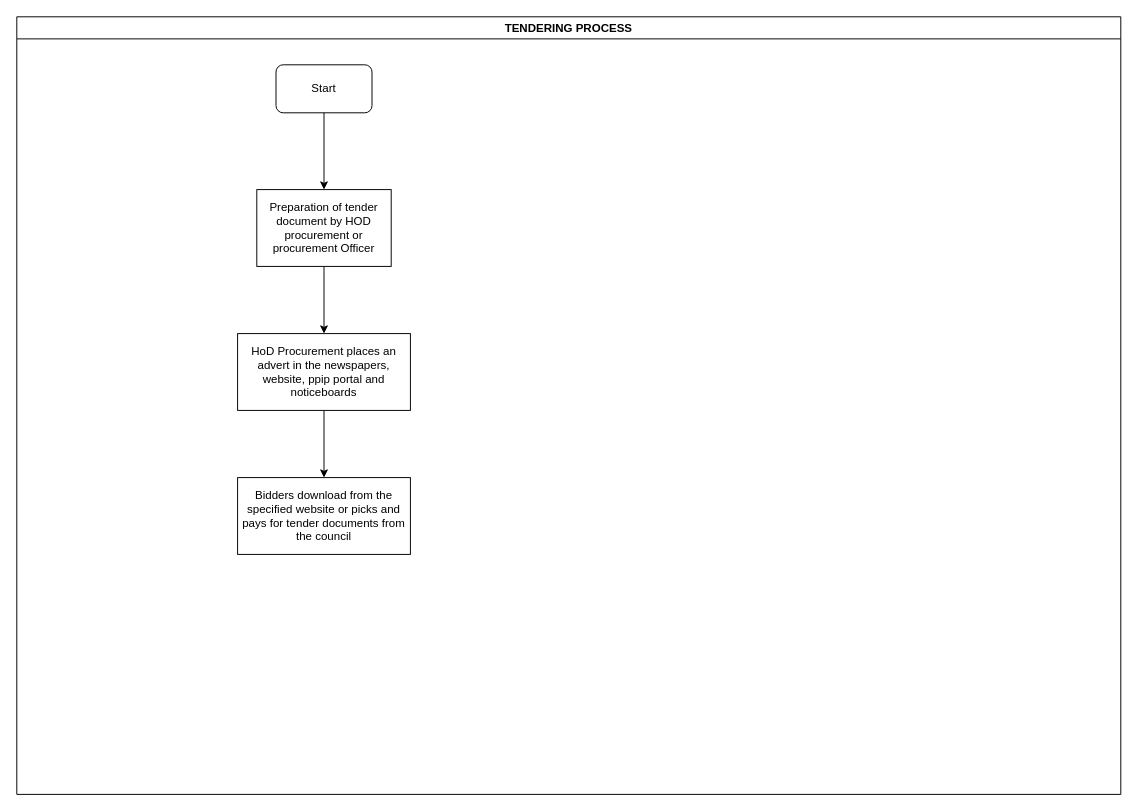
Above: LC-PROC-TENDERING PROCESS.drawio in kmagua/flowcharts (draw.io), before the change. Source tidied: cells renumbered, new cells numbered last; positions are measured from the earlier drawing's top-left corner, leaving out a move shared by most shapes. Both pictures are drawn from the tidied source at 96%, with x=0, y=0 at pixel (16, 16).
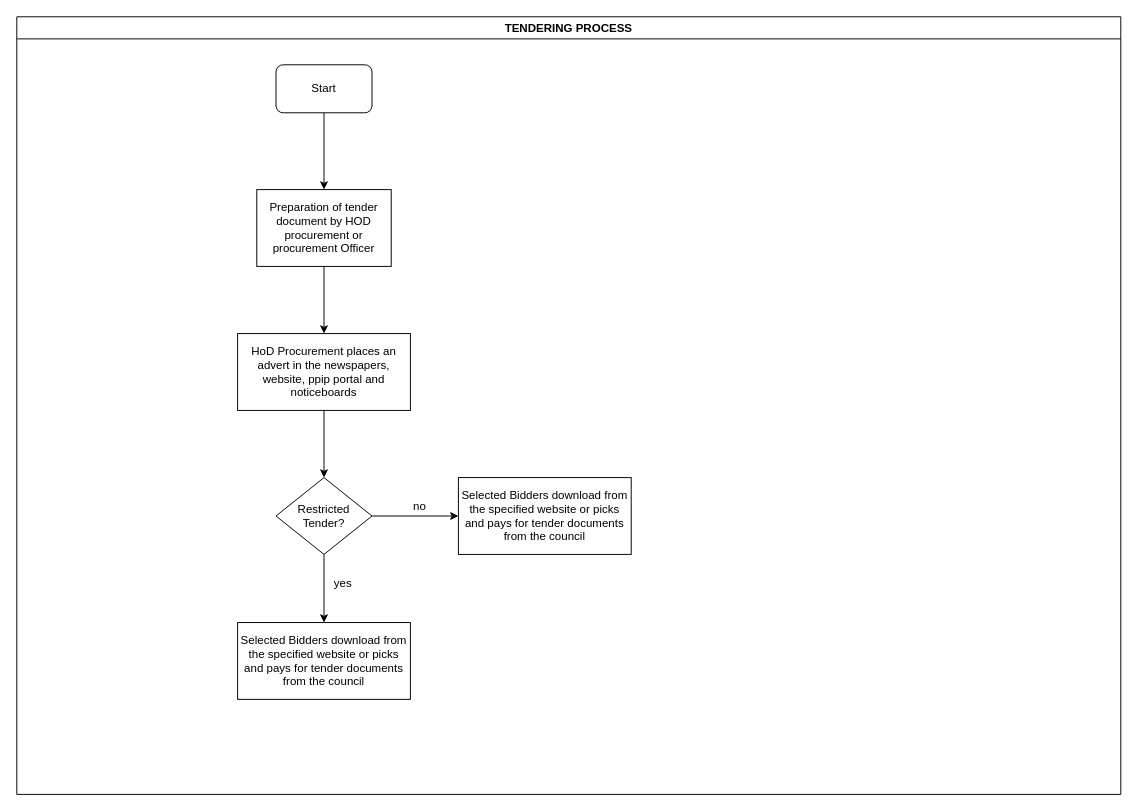
Above is the later version.

The edit, as a diff of the source:
```diff
@@
 <mxGraphModel>
   <root>
     <mxCell id="0" />
     <mxCell id="1" parent="0" />
     <mxCell id="2" value="TENDERING PROCESS" style="swimlane;" parent="1" vertex="1">
       <mxGeometry width="1150" height="810" as="geometry" />
     </mxCell>
     <mxCell id="3" value="Start" style="rounded=1;whiteSpace=wrap;html=1;" parent="2" vertex="1">
       <mxGeometry x="270" y="50" width="100" height="50" as="geometry" />
     </mxCell>
     <mxCell id="4" value="Preparation of tender document by HOD procurement or procurement Officer" style="rounded=0;whiteSpace=wrap;html=1;" parent="2" vertex="1">
       <mxGeometry x="250" y="180" width="140" height="80" as="geometry" />
     </mxCell>
     <mxCell id="5" style="edgeStyle=orthogonalEdgeStyle;rounded=0;jettySize=auto;html=1;entryX=0.5;entryY=0;entryDx=0;entryDy=0;" parent="2" edge="1" source="3" target="4">
       <mxGeometry relative="1" as="geometry" />
     </mxCell>
+    <mxCell id="10" value="Restricted Tender?" style="rhombus;whiteSpace=wrap;html=1;" parent="2" vertex="1">
+      <mxGeometry x="270" y="480" width="100" height="80" as="geometry" />
+    </mxCell>
+    <mxCell id="11" value="Selected Bidders download from the specified website or picks and pays for tender documents from the council" style="whiteSpace=wrap;html=1;rounded=0;" parent="2" vertex="1">
+      <mxGeometry x="230" y="631" width="180" height="80" as="geometry" />
+    </mxCell>
+    <mxCell id="12" style="edgeStyle=orthogonalEdgeStyle;rounded=0;jettySize=auto;html=1;entryX=0.5;entryY=0;entryDx=0;entryDy=0;" parent="2" edge="1" source="10" target="11">
+      <mxGeometry relative="1" as="geometry" />
+    </mxCell>
+    <mxCell id="13" value="yes" style="text;html=1;strokeColor=none;fillColor=none;align=center;verticalAlign=middle;whiteSpace=wrap;rounded=0;" parent="2" vertex="1">
+      <mxGeometry x="320" y="580" width="40" height="20" as="geometry" />
+    </mxCell>
+    <mxCell id="14" value="Selected Bidders download from the specified website or picks and pays for tender documents from the council" style="whiteSpace=wrap;html=1;rounded=0;" parent="2" vertex="1">
+      <mxGeometry x="460" y="480" width="180" height="80" as="geometry" />
+    </mxCell>
+    <mxCell id="15" style="edgeStyle=orthogonalEdgeStyle;rounded=0;jettySize=auto;html=1;entryX=0;entryY=0.5;entryDx=0;entryDy=0;" parent="2" edge="1" source="10" target="14">
+      <mxGeometry relative="1" as="geometry" />
+    </mxCell>
-    <mxCell id="6" style="edgeStyle=orthogonalEdgeStyle;rounded=0;jettySize=auto;html=1;" parent="1" edge="1" source="7" target="9">
+    <mxCell id="6" style="edgeStyle=orthogonalEdgeStyle;rounded=0;jettySize=auto;html=1;" parent="1" edge="1" source="7" target="10">
       <mxGeometry relative="1" as="geometry" />
     </mxCell>
     <mxCell id="7" value="HoD Procurement places an advert in the newspapers, website, ppip portal and noticeboards" style="whiteSpace=wrap;html=1;rounded=0;" parent="1" vertex="1">
       <mxGeometry x="230" y="330" width="180" height="80" as="geometry" />
     </mxCell>
     <mxCell id="8" style="edgeStyle=orthogonalEdgeStyle;rounded=0;jettySize=auto;html=1;" parent="1" edge="1" source="4" target="7">
       <mxGeometry relative="1" as="geometry" />
     </mxCell>
-    <mxCell id="9" value="Bidders download from the specified website or picks and pays for tender documents from the council" style="whiteSpace=wrap;html=1;rounded=0;" parent="1" vertex="1">
-      <mxGeometry x="230" y="480" width="180" height="80" as="geometry" />
-    </mxCell>
+    <mxCell id="16" value="no" style="text;html=1;strokeColor=none;fillColor=none;align=center;verticalAlign=middle;whiteSpace=wrap;rounded=0;" parent="1" vertex="1">
+      <mxGeometry x="400" y="500" width="40" height="20" as="geometry" />
+    </mxCell>
   </root>
 </mxGraphModel>
```
